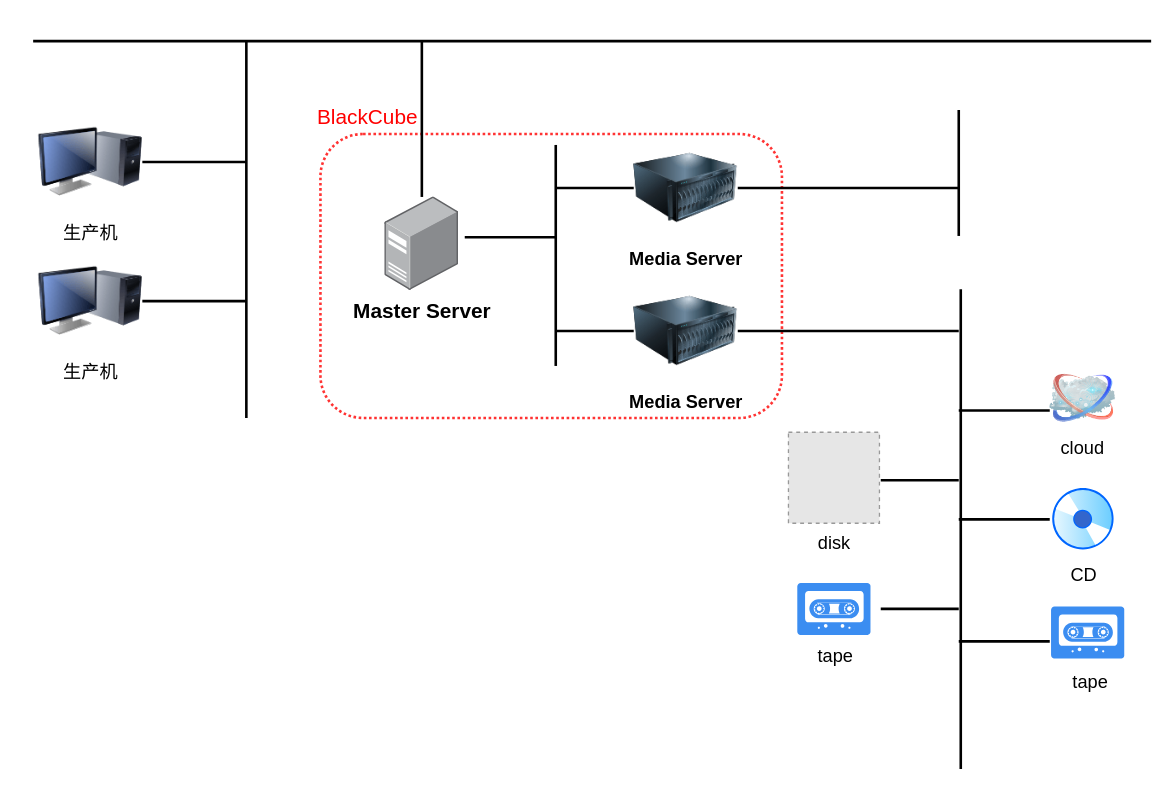
chenzhaoguo/05-LeetCode keeps this draw.io diagram as 1/Untitled Diagram.drawio. Above is the earlier version. Source tidied: cells renumbered, new cells numbered last; positions are measured from the earlier drawing's top-left corner, leaving out a move shared by most shapes. Both pictures are drawn from the tidied source at 130%, with x=0, y=0 at pixel (32, 23). Pictures stored in the file or linked from it are replaced by grey dashed boxes.
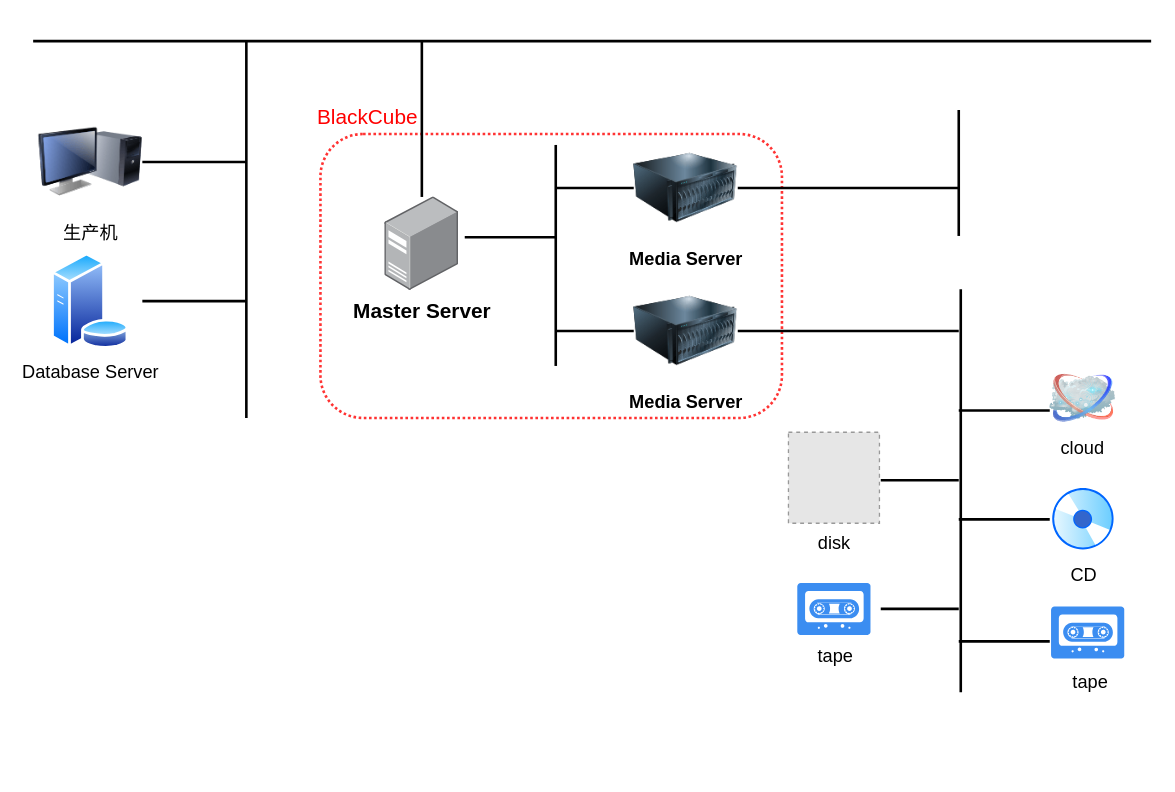
After the change.

What changed in the source:
```diff
@@
-    <mxCell id="7" value="生产机" style="image;html=1;image=img/lib/clip_art/computers/Monitor_Tower_128x128.png;fontSize=14;rounded=1;" parent="1" vertex="1">
-      <mxGeometry x="4" y="173.1" width="80" height="80" as="geometry" />
-    </mxCell>
@@
     <mxCell id="19" style="line;strokeWidth=2;direction=north;html=1;rounded=1;" parent="1" vertex="1">
-      <mxGeometry x="707" y="204" width="13.1" height="369" as="geometry" />
+      <mxGeometry x="707" y="204" width="13.1" height="310" as="geometry" />
     </mxCell>
@@
+    <mxCell id="34" value="Database Server" style="perimeter=ellipsePerimeter;html=1;align=center;shadow=0;dashed=0;spacingTop=3;image;image=img/lib/active_directory/database_server.svg;rounded=0;sketch=0;fontSize=14;" parent="1" vertex="1">
+      <mxGeometry x="13.7" y="176.2" width="60.6" height="73.9" as="geometry" />
+    </mxCell>
```
